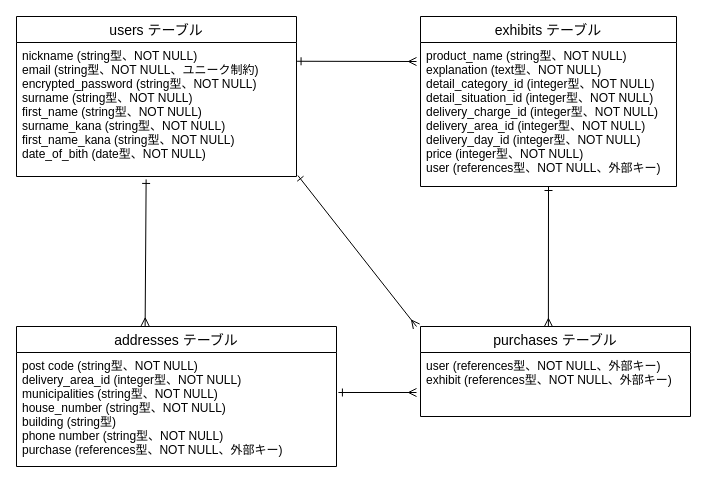
Earlier version of the draw.io diagram furima.dio (oomasayuki/furima-38200). Source tidied: cells renumbered, new cells numbered last; positions are measured from the earlier drawing's top-left corner, leaving out a move shared by most shapes. Both pictures are drawn from the tidied source at 100%, with x=0, y=0 at pixel (16, 16).
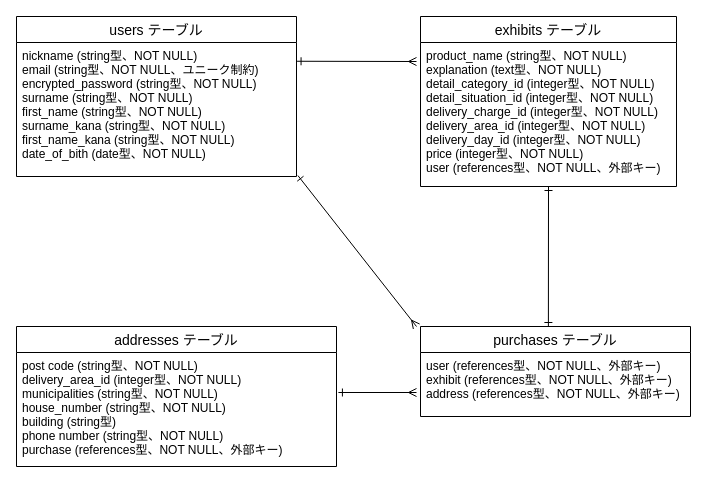
The same page after the edit.

Commit message (it also covers changes not shown here):
データベース設計修正3

What changed in the source:
```diff
@@
 <mxGraphModel>
   <root>
     <mxCell id="0" />
     <mxCell id="1" parent="0" />
     <mxCell id="2" value="users テーブル" style="swimlane;fontStyle=0;horizontal=1;startSize=26;align=center;fontSize=14;" parent="1" vertex="1">
       <mxGeometry width="280" height="160" as="geometry" />
     </mxCell>
     <mxCell id="3" value="nickname (string型、NOT NULL)&#10;email (string型、NOT NULL、ユニーク制約)&#10;encrypted_password (string型、NOT NULL)&#10;surname (string型、NOT NULL)&#10;first_name (string型、NOT NULL)&#10;surname_kana (string型、NOT NULL)&#10;first_name_kana (string型、NOT NULL)&#10;date_of_bith (date型、NOT NULL)&#10;" style="text;strokeColor=none;fillColor=none;spacingLeft=4;spacingRight=4;overflow=hidden;points=[[0,0.5],[1,0.5]];portConstraint=eastwest;fontSize=12;" parent="2" vertex="1">
       <mxGeometry y="26" width="280" height="134" as="geometry" />
     </mxCell>
     <mxCell id="4" value="exhibits テーブル" style="swimlane;fontStyle=0;horizontal=1;startSize=26;align=center;fontSize=14;" parent="1" vertex="1">
       <mxGeometry x="404" width="256" height="170" as="geometry" />
     </mxCell>
     <mxCell id="5" value="product_name (string型、NOT NULL)&#10;explanation (text型、NOT NULL)&#10;detail_category_id (integer型、NOT NULL)&#10;detail_situation_id (integer型、NOT NULL)&#10;delivery_charge_id (integer型、NOT NULL)&#10;delivery_area_id (integer型、NOT NULL)&#10;delivery_day_id (integer型、NOT NULL)&#10;price (integer型、NOT NULL)&#10;user (references型、NOT NULL、外部キー)" style="text;strokeColor=none;fillColor=none;spacingLeft=4;spacingRight=4;overflow=hidden;fontSize=12;" parent="4" vertex="1">
       <mxGeometry y="26" width="256" height="144" as="geometry" />
     </mxCell>
     <mxCell id="6" value="addresses テーブル" style="swimlane;fontStyle=0;horizontal=1;startSize=26;align=center;fontSize=14;" parent="1" vertex="1">
       <mxGeometry y="310" width="320" height="140" as="geometry" />
     </mxCell>
     <mxCell id="7" value="post code (string型、NOT NULL)&#10;delivery_area_id (integer型、NOT NULL)&#10;municipalities (string型、NOT NULL)&#10;house_number (string型、NOT NULL)&#10;building (string型)&#10;phone number (string型、NOT NULL)&#10;purchase (references型、NOT NULL、外部キー)" style="text;strokeColor=none;fillColor=none;spacingLeft=4;spacingRight=4;overflow=hidden;points=[[0,0.5],[1,0.5]];portConstraint=eastwest;fontSize=12;" parent="6" vertex="1">
       <mxGeometry y="26" width="320" height="114" as="geometry" />
     </mxCell>
     <mxCell id="8" style="edgeStyle=none;html=1;exitX=1.002;exitY=0.14;exitDx=0;exitDy=0;endArrow=ERmany;endFill=0;startArrow=ERone;startFill=0;exitPerimeter=0;" parent="1" edge="1" source="3">
       <mxGeometry relative="1" as="geometry">
         <mxPoint x="400" y="45" as="targetPoint" />
       </mxGeometry>
     </mxCell>
     <mxCell id="9" value="purchases テーブル" style="swimlane;fontStyle=0;horizontal=1;startSize=26;align=center;fontSize=14;" parent="1" vertex="1">
       <mxGeometry x="404" y="310" width="270" height="90" as="geometry" />
     </mxCell>
-    <mxCell id="10" value="user (references型、NOT NULL、外部キー)&#10;exhibit (references型、NOT NULL、外部キー)" style="text;strokeColor=none;fillColor=none;spacingLeft=4;spacingRight=4;overflow=hidden;fontSize=12;" parent="9" vertex="1">
+    <mxCell id="10" value="user (references型、NOT NULL、外部キー)&#10;exhibit (references型、NOT NULL、外部キー)&#10;address (references型、NOT NULL、外部キー)" style="text;strokeColor=none;fillColor=none;spacingLeft=4;spacingRight=4;overflow=hidden;fontSize=12;" parent="9" vertex="1">
       <mxGeometry y="26" width="270" height="64" as="geometry" />
     </mxCell>
-    <mxCell id="11" style="edgeStyle=none;html=1;startArrow=ERmany;startFill=0;endArrow=ERone;endFill=0;exitX=0.402;exitY=-0.004;exitDx=0;exitDy=0;entryX=0.463;entryY=1.022;entryDx=0;entryDy=0;entryPerimeter=0;exitPerimeter=0;" parent="1" edge="1" source="6" target="3">
-      <mxGeometry relative="1" as="geometry" />
-    </mxCell>
-    <mxCell id="12" style="edgeStyle=none;html=1;startArrow=ERmany;startFill=0;endArrow=ERone;endFill=0;exitX=0.5;exitY=0;exitDx=0;exitDy=0;" parent="1" edge="1">
+    <mxCell id="12" style="edgeStyle=none;html=1;startArrow=ERone;startFill=0;endArrow=ERone;endFill=0;exitX=0.5;exitY=0;exitDx=0;exitDy=0;" parent="1" edge="1">
       <mxGeometry relative="1" as="geometry">
         <mxPoint x="531.9" y="310" as="sourcePoint" />
         <mxPoint x="532" y="170" as="targetPoint" />
       </mxGeometry>
     </mxCell>
     <mxCell id="13" style="edgeStyle=none;html=1;startArrow=ERmany;startFill=0;endArrow=ERone;endFill=0;entryX=1.005;entryY=0.993;entryDx=0;entryDy=0;entryPerimeter=0;" parent="1" edge="1" target="3">
       <mxGeometry relative="1" as="geometry">
         <mxPoint x="400" y="310" as="sourcePoint" />
       </mxGeometry>
     </mxCell>
     <mxCell id="14" style="edgeStyle=none;html=1;startArrow=ERmany;startFill=0;endArrow=ERone;endFill=0;entryX=1.006;entryY=0.351;entryDx=0;entryDy=0;entryPerimeter=0;" parent="1" edge="1" target="7">
       <mxGeometry relative="1" as="geometry">
         <mxPoint x="400" y="376" as="sourcePoint" />
       </mxGeometry>
     </mxCell>
   </root>
 </mxGraphModel>
```
